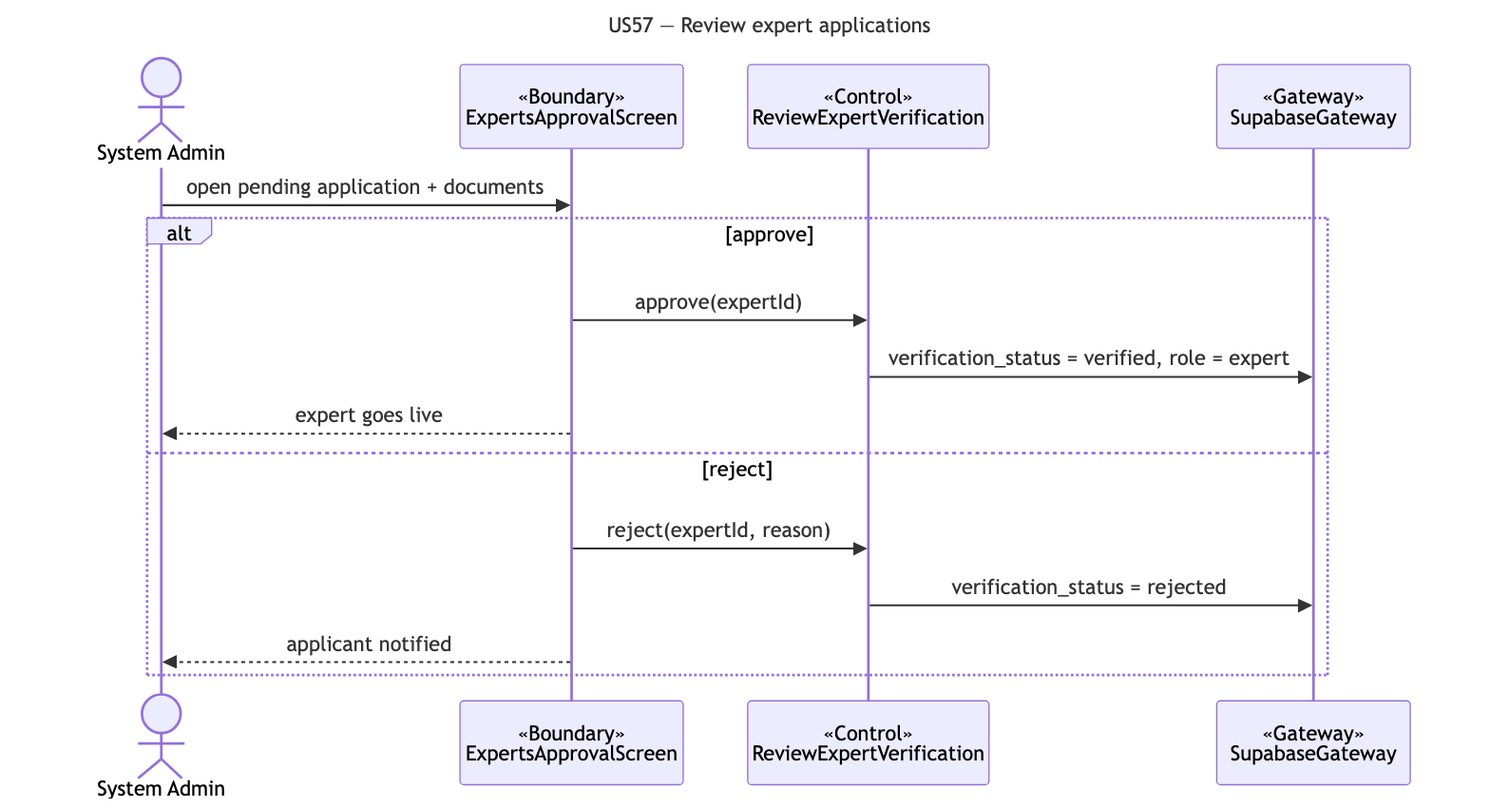
Above: docs/deliverables/sequence-diagrams/US57-review-applications.png in cyuanjun/FYP-26-S2-37-app (Mermaid), before the change. Its source is kept beside it as docs/deliverables/sequence-diagrams/src/US57-review-applications.mmd.
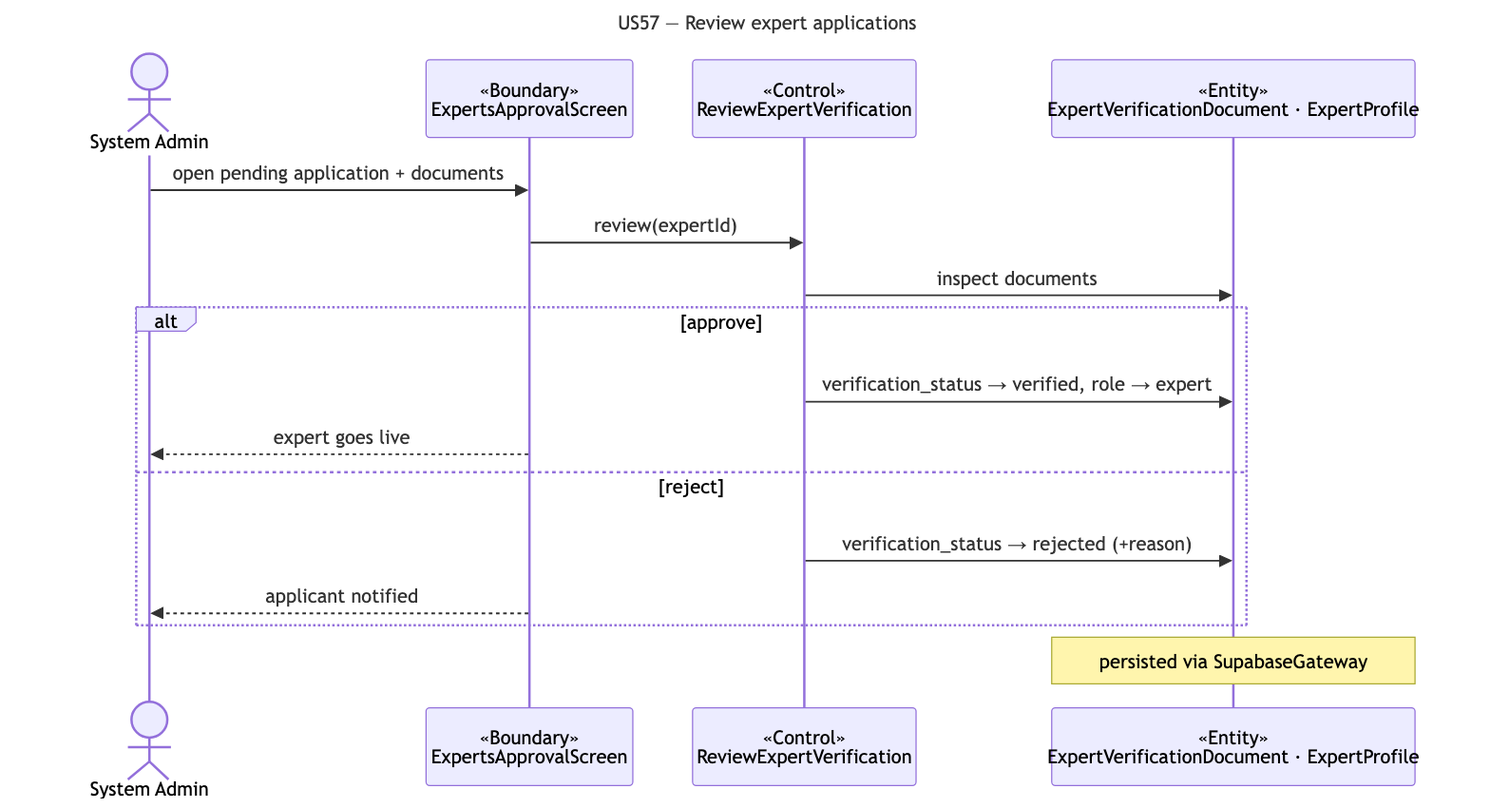
The same file after the commit.

The edit, as a diff of the source:
```diff
@@ -5,14 +5,15 @@
   actor A as System Admin
   participant B as «Boundary»<br/>ExpertsApprovalScreen
   participant C as «Control»<br/>ReviewExpertVerification
-  participant G as «Gateway»<br/>SupabaseGateway
+  participant E as «Entity»<br/>ExpertVerificationDocument · ExpertProfile
   A->>B: open pending application + documents
+  B->>C: review(expertId)
+  C->>E: inspect documents
   alt approve
-    B->>C: approve(expertId)
-    C->>G: verification_status = verified, role = expert
+    C->>E: verification_status → verified, role → expert
     B-->>A: expert goes live
   else reject
-    B->>C: reject(expertId, reason)
-    C->>G: verification_status = rejected
+    C->>E: verification_status → rejected (+reason)
     B-->>A: applicant notified
   end
+  note over E: persisted via SupabaseGateway
```
